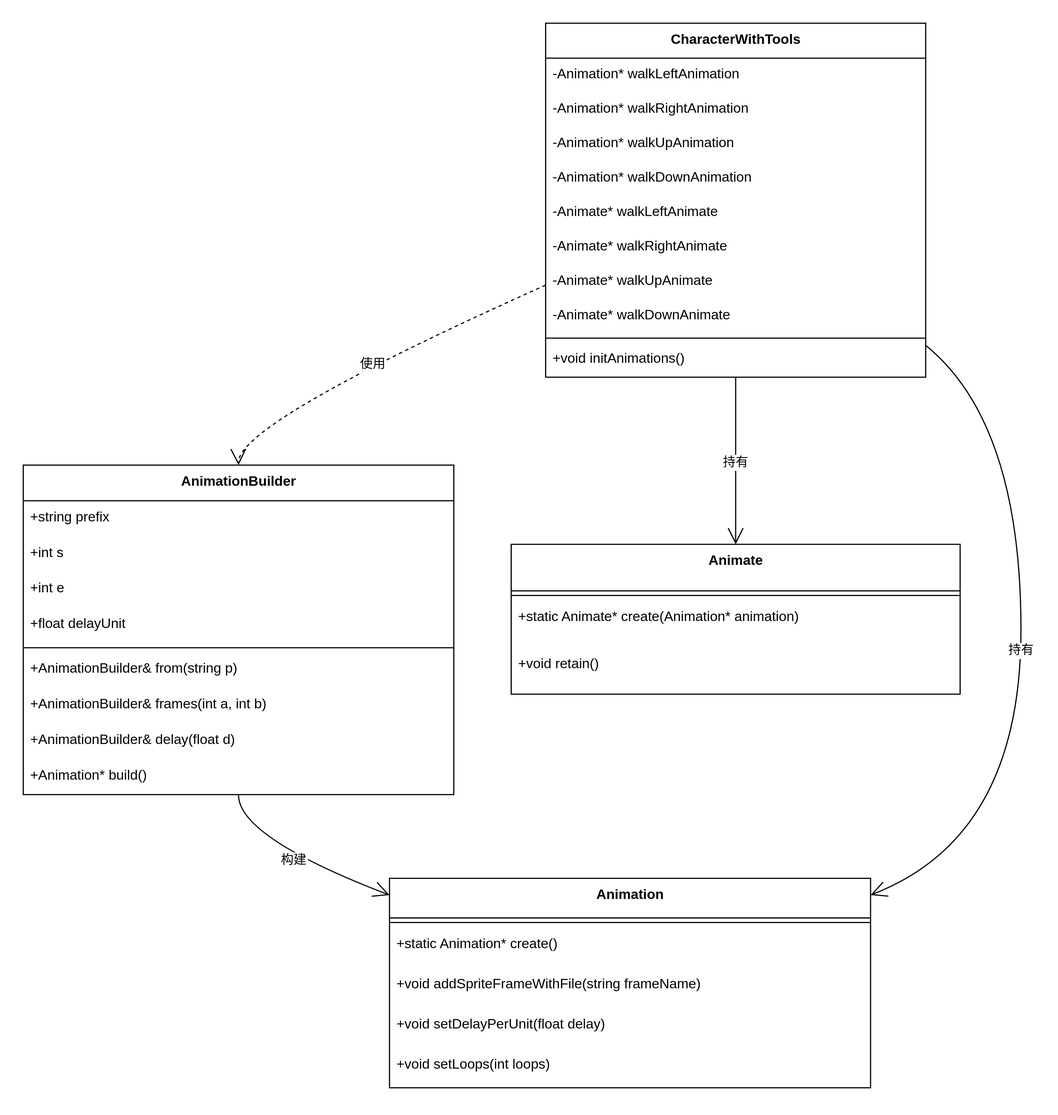
This is 文档/diagram/CharacterWithTools.svg from Alian-yy/Stardew_Valley_Refactored, a draw.io export, as it was before one commit. Source tidied: cells renumbered, new cells last; positions are measured from the earlier drawing's top-left corner, leaving out a move shared by most shapes.
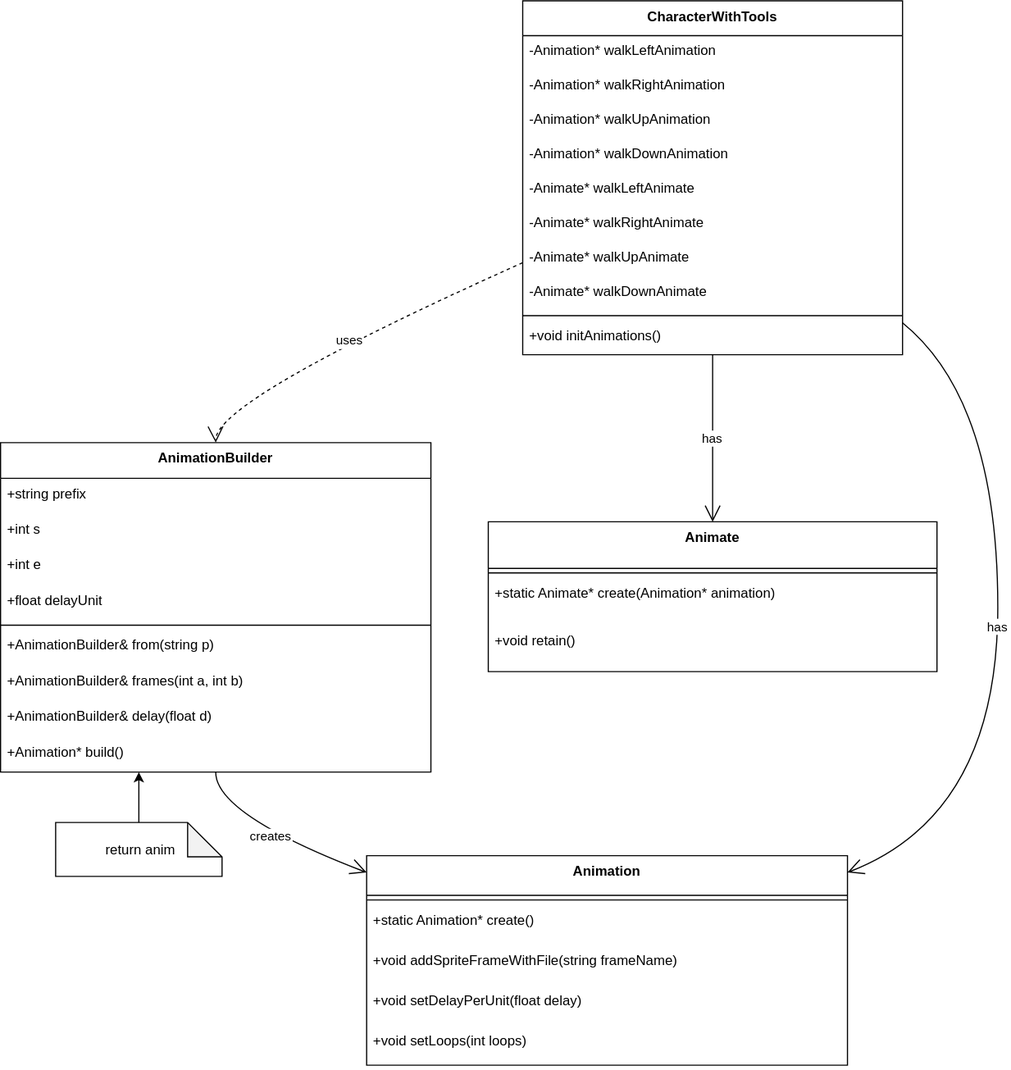
After the change.

The edit, as a diff of the source:
```diff
@@ -95,21 +95,21 @@
     <mxCell id="32" value="+void initAnimations()" style="text;strokeColor=none;fillColor=none;align=left;verticalAlign=top;spacingLeft=4;spacingRight=4;overflow=hidden;whiteSpace=wrap;html=1;" parent="22" vertex="1">
       <mxGeometry y="278.4" width="331" height="30" as="geometry" />
     </mxCell>
-    <mxCell id="33" value="构建" style="curved=1;startArrow=none;endArrow=open;endSize=12;exitX=0.5;exitY=1;entryX=0;entryY=0.08;rounded=0;" parent="1" edge="1" source="2" target="12">
+    <mxCell id="33" value="creates" style="curved=1;startArrow=none;endArrow=open;endSize=12;exitX=0.5;exitY=1;entryX=0;entryY=0.08;rounded=0;" parent="1" edge="1" source="2" target="12">
       <mxGeometry relative="1" as="geometry">
         <Array as="points">
           <mxPoint x="187" y="709" />
         </Array>
       </mxGeometry>
     </mxCell>
-    <mxCell id="34" value="使用" style="curved=1;dashed=1;startArrow=none;endArrow=open;endSize=12;exitX=0;exitY=0.74;entryX=0.5;entryY=0;rounded=0;" parent="1" edge="1" source="22" target="2">
+    <mxCell id="34" value="uses" style="curved=1;dashed=1;startArrow=none;endArrow=open;endSize=12;exitX=0;exitY=0.74;entryX=0.5;entryY=0;rounded=0;" parent="1" edge="1" source="22" target="2">
       <mxGeometry relative="1" as="geometry">
         <Array as="points">
           <mxPoint x="187" y="348" />
         </Array>
       </mxGeometry>
     </mxCell>
-    <mxCell id="35" value="持有" style="curved=1;startArrow=none;endArrow=open;endSize=12;exitX=1;exitY=0.91;entryX=1;entryY=0.08;rounded=0;" parent="1" edge="1" source="22" target="12">
+    <mxCell id="35" value="has" style="curved=1;startArrow=none;endArrow=open;endSize=12;exitX=1;exitY=0.91;entryX=1;entryY=0.08;rounded=0;" parent="1" edge="1" source="22" target="12">
       <mxGeometry relative="1" as="geometry">
         <Array as="points">
           <mxPoint x="869" y="348" />
@@ -117,8 +117,19 @@
         </Array>
       </mxGeometry>
     </mxCell>
-    <mxCell id="36" value="持有" style="curved=1;startArrow=none;endArrow=open;endSize=12;exitX=0.5;exitY=1;entryX=0.5;entryY=0;rounded=0;" parent="1" edge="1" source="22" target="18">
+    <mxCell id="36" value="has" style="curved=1;startArrow=none;endArrow=open;endSize=12;exitX=0.5;exitY=1;entryX=0.5;entryY=0;rounded=0;" parent="1" edge="1" source="22" target="18">
       <mxGeometry relative="1" as="geometry" />
     </mxCell>
+    <mxCell id="37" style="edgeStyle=orthogonalEdgeStyle;rounded=0;jettySize=auto;html=1;" parent="1" edge="1" source="38" target="11">
+      <mxGeometry relative="1" as="geometry">
+        <Array as="points">
+          <mxPoint x="89" y="718" />
+          <mxPoint x="87" y="718" />
+        </Array>
+      </mxGeometry>
+    </mxCell>
+    <mxCell id="38" value="&amp;nbsp;return anim" style="shape=note;whiteSpace=wrap;html=1;backgroundOutline=1;darkOpacity=0.05;" parent="1" vertex="1">
+      <mxGeometry x="48" y="716" width="145" height="47" as="geometry" />
+    </mxCell>
   </root>
 </mxGraphModel>
```
